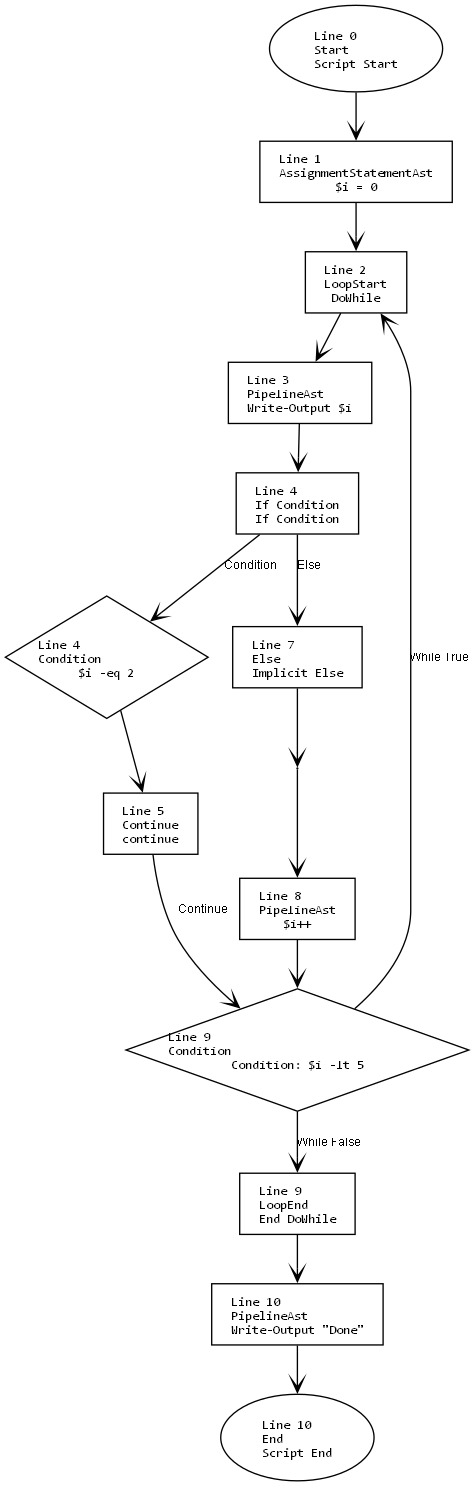
Before: in/in.png, a diagram exported from Graphviz (mine41/deob). Its source is kept beside it as in/in.dot.
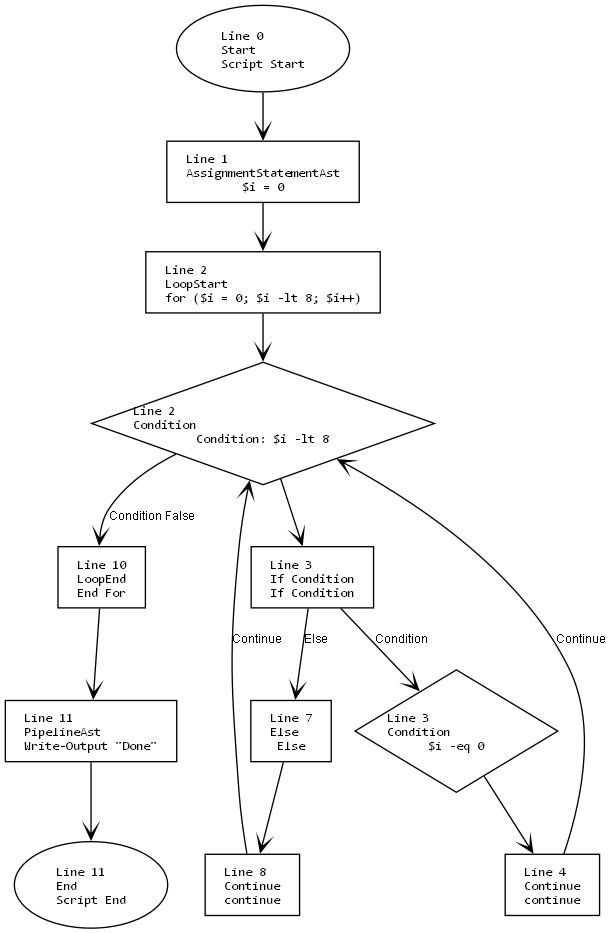
After the change.

What changed in the source:
```diff
@@ -11,33 +11,29 @@
     edge [fontname="Arial", arrowhead=vee, fontsize=9];
 
     1 [label="Line 0\lStart\lScript Start", shape=oval];
-    2 [label="Line 10\lEnd\lScript End", shape=oval];
+    2 [label="Line 11\lEnd\lScript End", shape=oval];
     3 [label="Line 1\lAssignmentStatementAst\l$i = 0", shape=box];
-    4 [label="Line 2\lLoopStart\lDoWhile", shape=box];
-    5 [label="Line 9\lCondition\lCondition: $i -lt 5", shape=diamond];
-    6 [label="Line 9\lLoopEnd\lEnd DoWhile", shape=box];
-    7 [label="Line 3\lPipelineAst\lWrite-Output $i", shape=box];
-    8 [label="Line 4\lIf Condition\lIf Condition", shape=box];
-    9 [label="Line 4\lCondition\l$i -eq 2", shape=diamond];
-    10 [label="Line 5\lContinue\lcontinue", shape=box];
-    11 [label="Line 7\lElse\lImplicit Else", shape=box];
-    12 [label="Line 7\lMerge\lIf-End", shape=point];
-    13 [label="Line 8\lPipelineAst\l$i++", shape=box];
-    14 [label="Line 10\lPipelineAst\lWrite-Output \"Done\"", shape=box];
+    4 [label="Line 2\lLoopStart\lfor ($i = 0; $i -lt 8; $i++)", shape=box];
+    5 [label="Line 2\lCondition\lCondition: $i -lt 8", shape=diamond];
+    6 [label="Line 10\lLoopEnd\lEnd For", shape=box];
+    7 [label="Line 3\lIf Condition\lIf Condition", shape=box];
+    8 [label="Line 3\lCondition\l$i -eq 0", shape=diamond];
+    9 [label="Line 4\lContinue\lcontinue", shape=box];
+    10 [label="Line 7\lElse\lElse", shape=box];
+    11 [label="Line 8\lContinue\lcontinue", shape=box];
+    12 [label="Line 11\lPipelineAst\lWrite-Output \"Done\"", shape=box];
 
     1 -> 3;
     3 -> 4;
-    4 -> 7;
-    7 -> 8;
-    8 -> 9 [label="Condition"];
-    9 -> 10;
-    10 -> 5 [label="Continue"];
-    8 -> 11 [label="Else"];
-    11 -> 12;
-    12 -> 13;
-    13 -> 5;
-    5 -> 4 [label="While True"];
-    5 -> 6 [label="While False"];
-    6 -> 14;
-    14 -> 2;
+    4 -> 5;
+    5 -> 7;
+    7 -> 8 [label="Condition"];
+    8 -> 9;
+    9 -> 5 [label="Continue"];
+    7 -> 10 [label="Else"];
+    10 -> 11;
+    11 -> 5 [label="Continue"];
+    5 -> 6 [label="Condition False"];
+    6 -> 12;
+    12 -> 2;
 }
```
